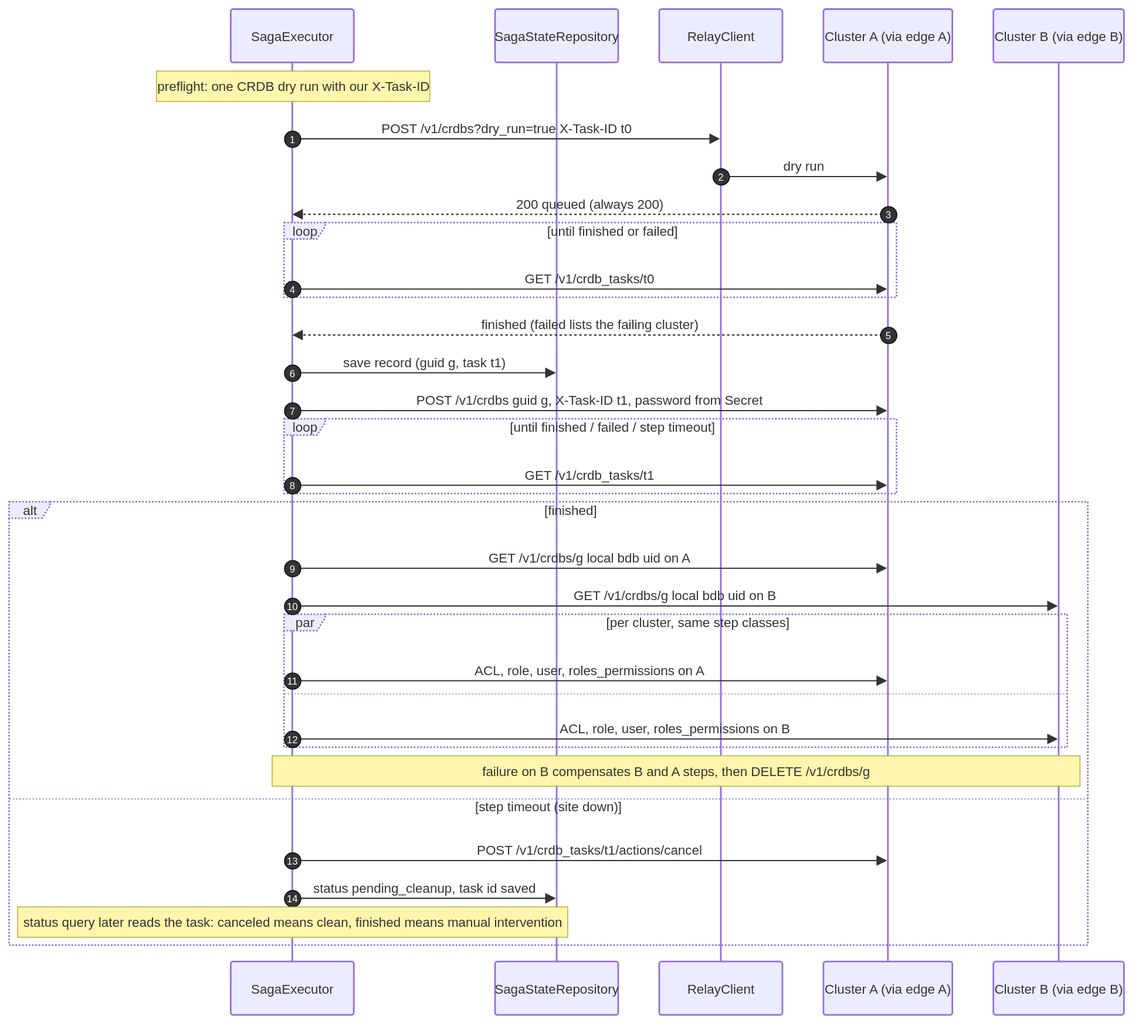
Before: docs/dr/diagrams/07-seq-create-aa.drawio.svg, a diagram exported from draw.io (EliShteinman/redis-enterprise-services). Source tidied: cells renumbered, new cells last; positions are measured from the earlier drawing's top-left corner, leaving out a move shared by most shapes.
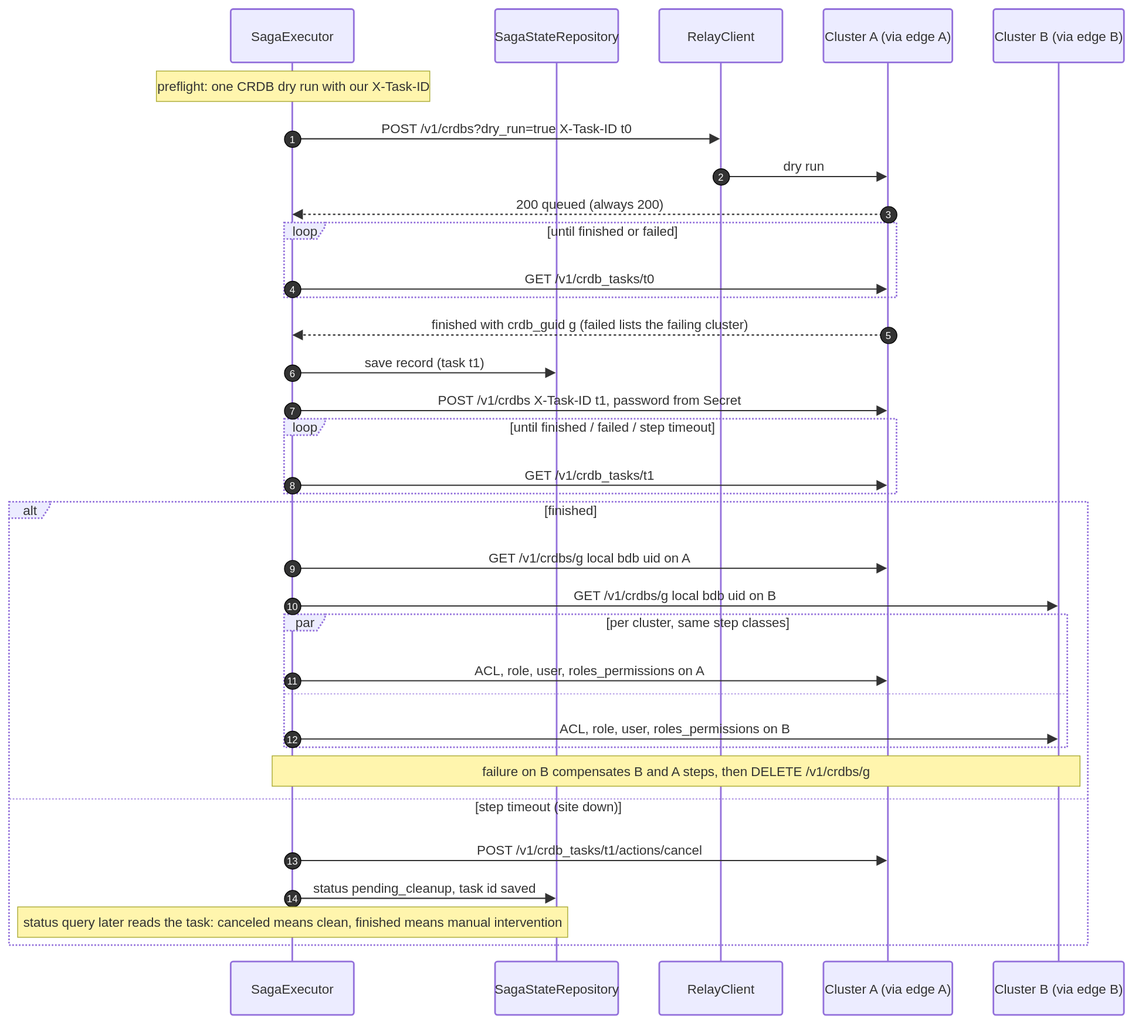
The same file after the commit.

Commit message:
docs(design): cluster generates the CRDB guid, task result returns it

What changed in the source:
```diff
@@ -90,7 +90,7 @@
     <mxCell id="25" value="4" style="ellipse;fillColor=light-dark(#333333,#cccccc);align=center;verticalAlign=middle;fontColor=light-dark(#FFFFFF,#333333);fontSize=12;" parent="1" vertex="1">
       <mxGeometry x="335" y="331" width="20" height="20" as="geometry" />
     </mxCell>
-    <mxCell id="26" value="finished (failed lists the failing cluster)" style="dashed=1;fixDash=1;dashPattern=3 3;endArrow=block;endSize=9;verticalAlign=bottom;spacingBottom=2;edgeStyle=sequenceEdgeStyle;libavoidRouting=0;curved=0;rounded=0;fontSize=16;labelBackgroundColor=none;strokeWidth=1.5;strokeColor=light-dark(#333333,#cccccc);fontColor=light-dark(#333333,#cccccc);fontFamily=Trebuchet MS,Verdana,Arial,sans-serif;" parent="1" edge="1" source="5" target="2">
+    <mxCell id="26" value="finished with crdb_guid g (failed lists the failing cluster)" style="dashed=1;fixDash=1;dashPattern=3 3;endArrow=block;endSize=9;verticalAlign=bottom;spacingBottom=2;edgeStyle=sequenceEdgeStyle;libavoidRouting=0;curved=0;rounded=0;fontSize=16;labelBackgroundColor=none;strokeWidth=1.5;strokeColor=light-dark(#333333,#cccccc);fontColor=light-dark(#333333,#cccccc);fontFamily=Trebuchet MS,Verdana,Arial,sans-serif;" parent="1" edge="1" source="5" target="2">
       <mxGeometry relative="1" as="geometry">
         <Array as="points">
           <mxPoint x="708" y="397" />
@@ -100,7 +100,7 @@
     <mxCell id="27" value="5" style="ellipse;fillColor=light-dark(#333333,#cccccc);align=center;verticalAlign=middle;fontColor=light-dark(#FFFFFF,#333333);fontSize=12;" parent="1" vertex="1">
       <mxGeometry x="1061" y="387" width="20" height="20" as="geometry" />
     </mxCell>
-    <mxCell id="28" value="save record (guid g, task t1)" style="endArrow=block;endSize=9;verticalAlign=bottom;spacingBottom=2;edgeStyle=sequenceEdgeStyle;libavoidRouting=0;curved=0;rounded=0;fontSize=16;labelBackgroundColor=none;strokeWidth=1.5;strokeColor=light-dark(#333333,#cccccc);fontColor=light-dark(#333333,#cccccc);fontFamily=Trebuchet MS,Verdana,Arial,sans-serif;" parent="1" edge="1" source="2" target="3">
+    <mxCell id="28" value="save record (task t1)" style="endArrow=block;endSize=9;verticalAlign=bottom;spacingBottom=2;edgeStyle=sequenceEdgeStyle;libavoidRouting=0;curved=0;rounded=0;fontSize=16;labelBackgroundColor=none;strokeWidth=1.5;strokeColor=light-dark(#333333,#cccccc);fontColor=light-dark(#333333,#cccccc);fontFamily=Trebuchet MS,Verdana,Arial,sans-serif;" parent="1" edge="1" source="2" target="3">
       <mxGeometry relative="1" as="geometry">
         <Array as="points">
           <mxPoint x="506" y="443" />
@@ -110,7 +110,7 @@
     <mxCell id="29" value="6" style="ellipse;fillColor=light-dark(#333333,#cccccc);align=center;verticalAlign=middle;fontColor=light-dark(#FFFFFF,#333333);fontSize=12;" parent="1" vertex="1">
       <mxGeometry x="335" y="433" width="20" height="20" as="geometry" />
     </mxCell>
-    <mxCell id="30" value="POST /v1/crdbs guid g, X-Task-ID t1, password from Secret" style="endArrow=block;endSize=9;verticalAlign=bottom;spacingBottom=2;edgeStyle=sequenceEdgeStyle;libavoidRouting=0;curved=0;rounded=0;fontSize=16;labelBackgroundColor=none;strokeWidth=1.5;strokeColor=light-dark(#333333,#cccccc);fontColor=light-dark(#333333,#cccccc);fontFamily=Trebuchet MS,Verdana,Arial,sans-serif;" parent="1" edge="1" source="2" target="5">
+    <mxCell id="30" value="POST /v1/crdbs X-Task-ID t1, password from Secret" style="endArrow=block;endSize=9;verticalAlign=bottom;spacingBottom=2;edgeStyle=sequenceEdgeStyle;libavoidRouting=0;curved=0;rounded=0;fontSize=16;labelBackgroundColor=none;strokeWidth=1.5;strokeColor=light-dark(#333333,#cccccc);fontColor=light-dark(#333333,#cccccc);fontFamily=Trebuchet MS,Verdana,Arial,sans-serif;" parent="1" edge="1" source="2" target="5">
       <mxGeometry relative="1" as="geometry">
         <Array as="points">
           <mxPoint x="708" y="489" />
```
